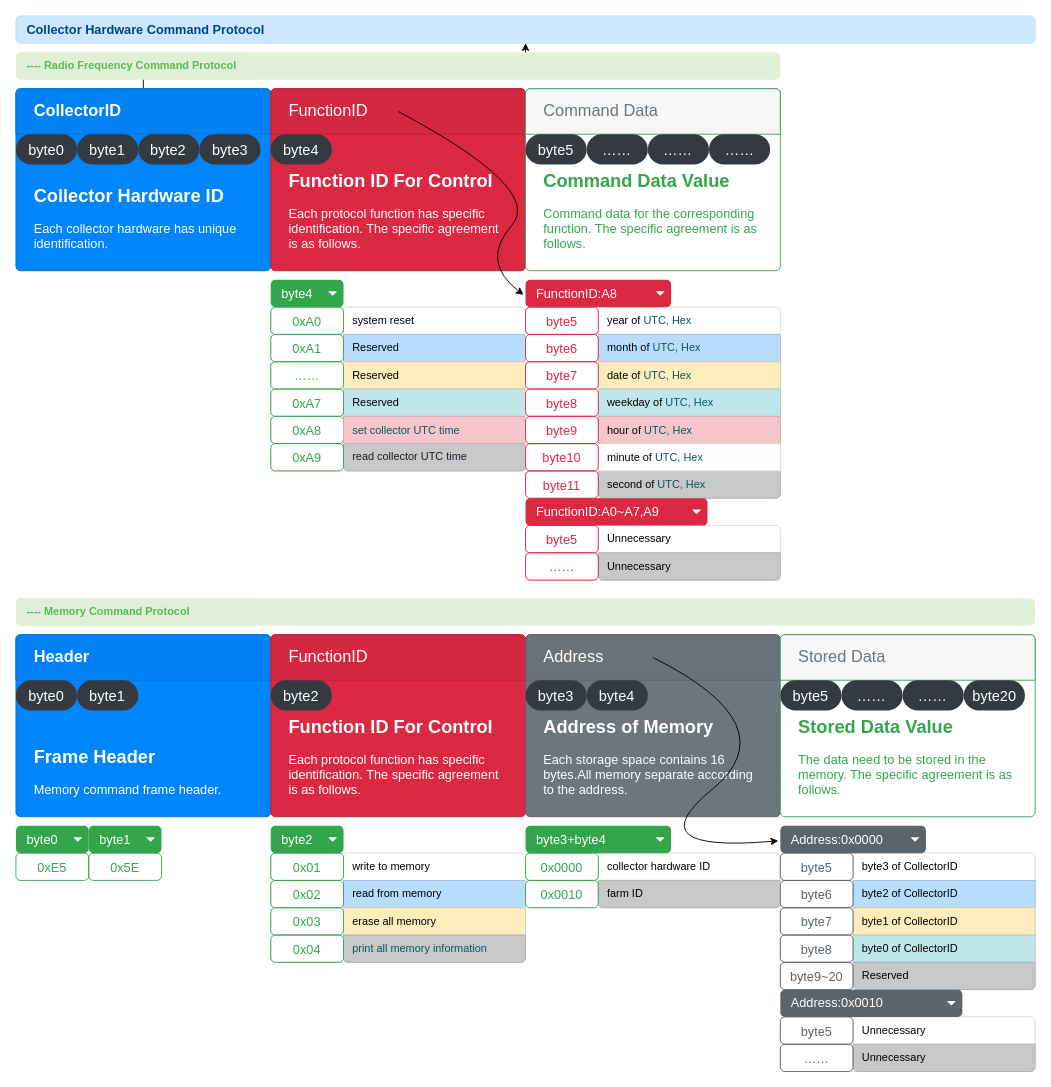
Earlier version of the draw.io diagram page "Collector Hardware Command Protocol" (1 of 5) of Doc/Hardware Protocol.drawio (phoenix9668/Collector). Source tidied: cells renumbered, new cells numbered last; positions are measured from the earlier drawing's top-left corner, leaving out a move shared by most shapes. Both pictures are drawn from the tidied source at 91%, with x=0, y=0 at pixel (15, 15).
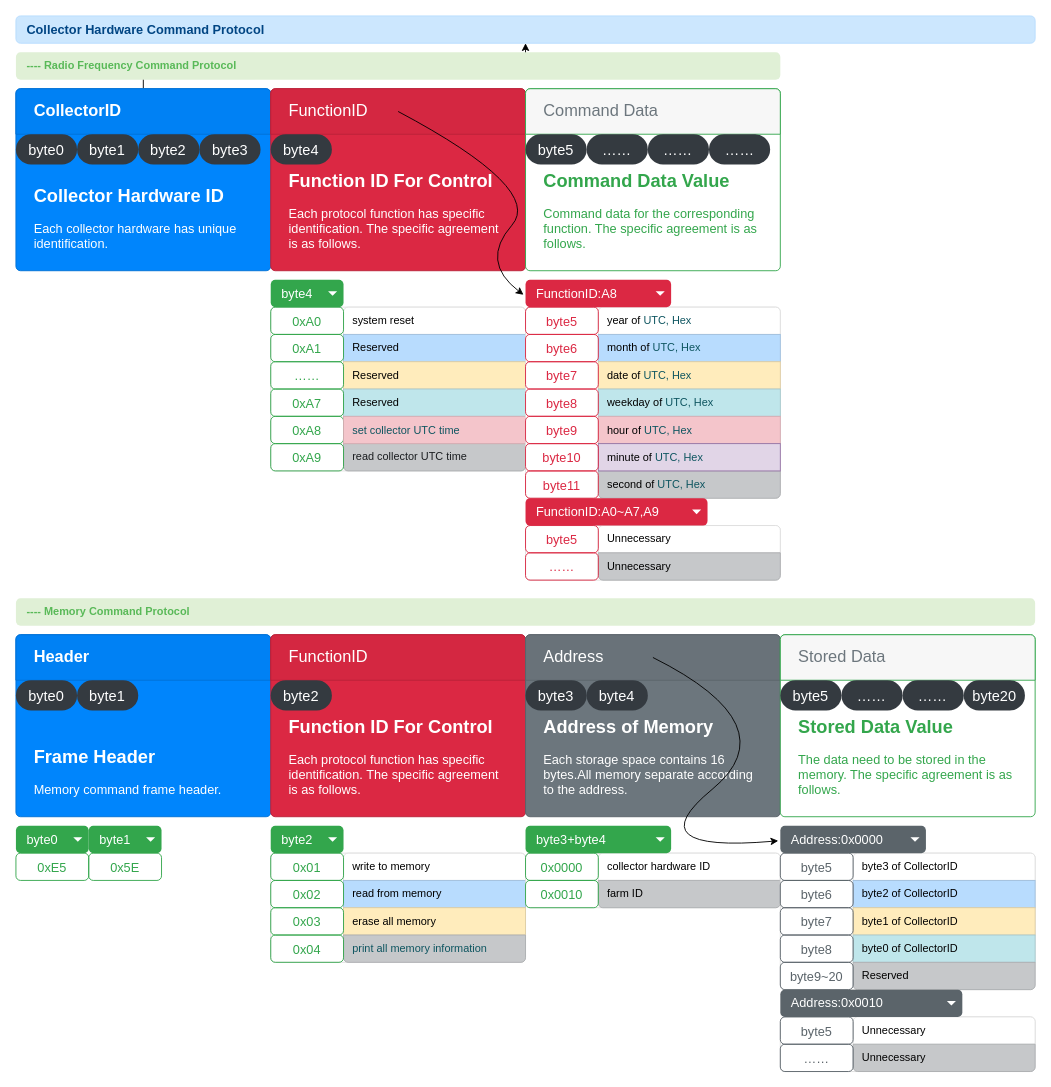
The same page after the edit.

The change refers to these unchanged cells:
```xml
<mxCell id="48" style="html=1;shadow=0;dashed=0;shape=mxgraph.bootstrap.rrect;rSize=5;strokeColor=#DFDFDF;html=1;whiteSpace=wrap;fillColor=#FFFFFF;fontColor=#000000;" parent="1" vertex="1">
  <mxGeometry x="560" y="320" width="280" height="210" as="geometry" />
</mxCell>
```

The edit, as a diff of the source:
```diff
@@
-    <mxCell id="59" value="&lt;span style=&quot;font-size: 12px ; color: rgb(0 , 0 , 0)&quot;&gt;minute of&amp;nbsp;&lt;/span&gt;&lt;span style=&quot;font-size: 12px ; color: rgb(14 , 85 , 96)&quot;&gt;UTC, Hex&lt;/span&gt;" style="html=1;fillColor=#FDFDFE;strokeColor=#DDDDDE;fontColor=#818182;shadow=0;dashed=0;perimeter=none;whiteSpace=wrap;align=left;spacing=10;fontSize=14;" parent="48" vertex="1">
+    <mxCell id="59" value="&lt;span style=&quot;font-size: 12px ; color: rgb(0 , 0 , 0)&quot;&gt;minute of&amp;nbsp;&lt;/span&gt;&lt;span style=&quot;font-size: 12px ; color: rgb(14 , 85 , 96)&quot;&gt;UTC, Hex&lt;/span&gt;" style="html=1;fillColor=#e1d5e7;strokeColor=#9673a6;shadow=0;dashed=0;perimeter=none;whiteSpace=wrap;align=left;spacing=10;fontSize=14;" parent="48" vertex="1">
       <mxGeometry width="200" height="30" relative="1" as="geometry">
         <mxPoint x="80" y="150" as="offset" />
       </mxGeometry>
     </mxCell>
```
